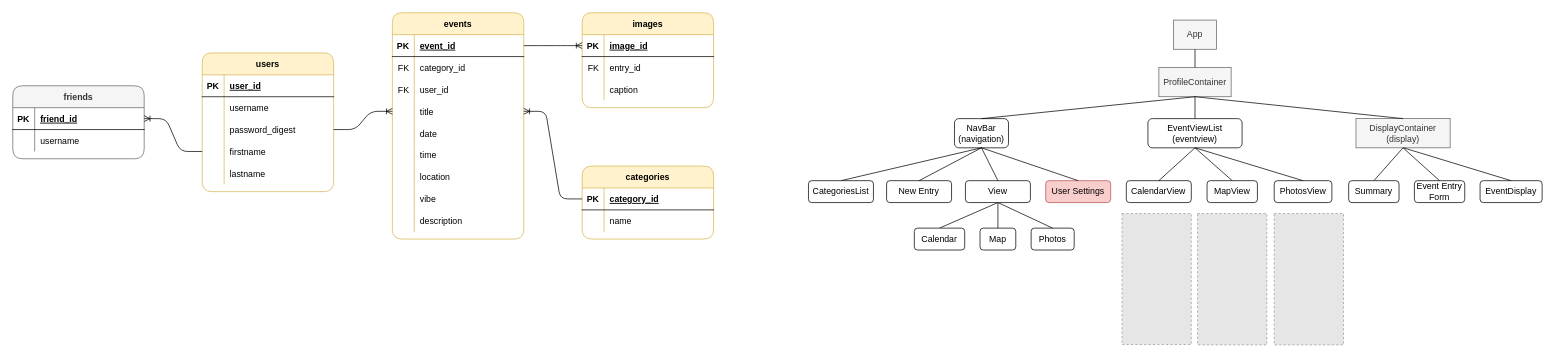
fentybit/Storybook_frontend keeps this draw.io diagram as images/storybook.drawio. Above is the earlier version. Source tidied: cells renumbered, new cells numbered last; positions are measured from the earlier drawing's top-left corner, leaving out a move shared by most shapes. Both pictures are drawn from the tidied source at 73%, with x=0, y=0 at pixel (12, 12). Pictures stored in the file or linked from it are replaced by grey dashed boxes.
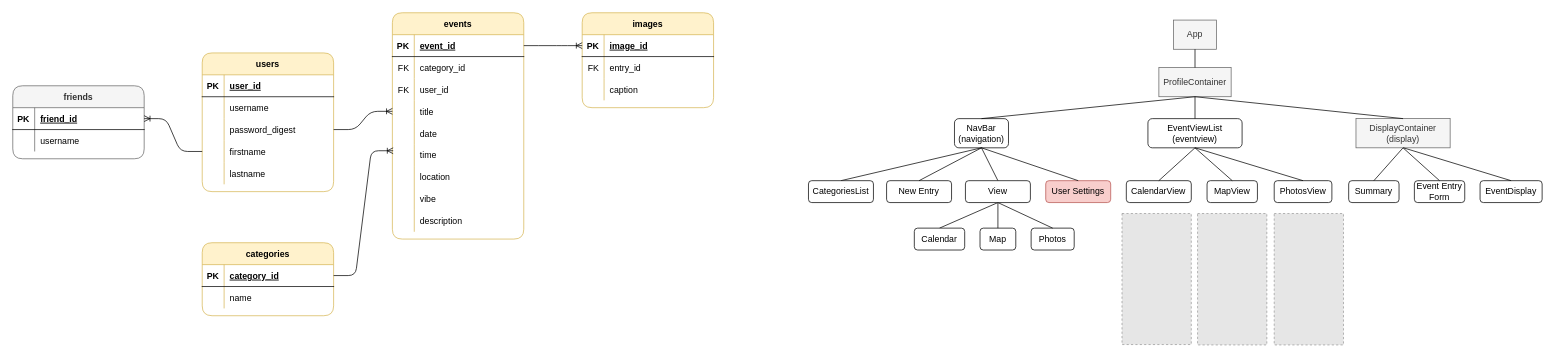
The same page after the edit.

Unchanged cells that the change refers to:
```xml
<mxCell id="19" style="shape=partialRectangle;fillColor=none;top=0;left=0;bottom=1;right=0;points=[[0,0.5],[1,0.5]];portConstraint=eastwest;" parent="18" vertex="1">
  <mxGeometry y="30" width="180" height="30" as="geometry" />
</mxCell>
<mxCell id="35" style="shape=partialRectangle;fillColor=none;top=0;left=0;bottom=0;right=0;points=[[0,0.5],[1,0.5]];portConstraint=eastwest;" parent="25" vertex="1">
  <mxGeometry y="120" width="180" height="30" as="geometry" />
</mxCell>
<mxCell id="41" style="shape=partialRectangle;fillColor=none;top=0;left=0;bottom=0;right=0;points=[[0,0.5],[1,0.5]];portConstraint=eastwest;" parent="25" vertex="1">
  <mxGeometry y="180" width="180" height="30" as="geometry" />
</mxCell>
```

The edit, as a diff of the source:
```diff
@@
     <mxCell id="18" value="categories" style="shape=table;startSize=30;childLayout=tableLayout;rowLines=0;fontStyle=1;align=center;rounded=1;fillColor=#fff2cc;strokeColor=#d6b656;" parent="1" vertex="1">
-      <mxGeometry x="780" y="210" width="180" height="100" as="geometry" />
+      <mxGeometry x="259.5" y="315" width="180" height="100" as="geometry" />
     </mxCell>
@@
-    <mxCell id="76" style="edgeStyle=entityRelationEdgeStyle;fontSize=12;html=1;endArrow=ERoneToMany;exitX=0;exitY=0.5;exitDx=0;exitDy=0;entryX=1;entryY=0.5;entryDx=0;entryDy=0;" parent="1" edge="1" source="19" target="35">
+    <mxCell id="76" style="edgeStyle=entityRelationEdgeStyle;fontSize=12;html=1;endArrow=ERoneToMany;exitX=1;exitY=0.5;exitDx=0;exitDy=0;entryX=0.006;entryY=0.3;entryDx=0;entryDy=0;entryPerimeter=0;" parent="1" edge="1" source="19" target="41">
       <mxGeometry relative="1" as="geometry" />
     </mxCell>
```
